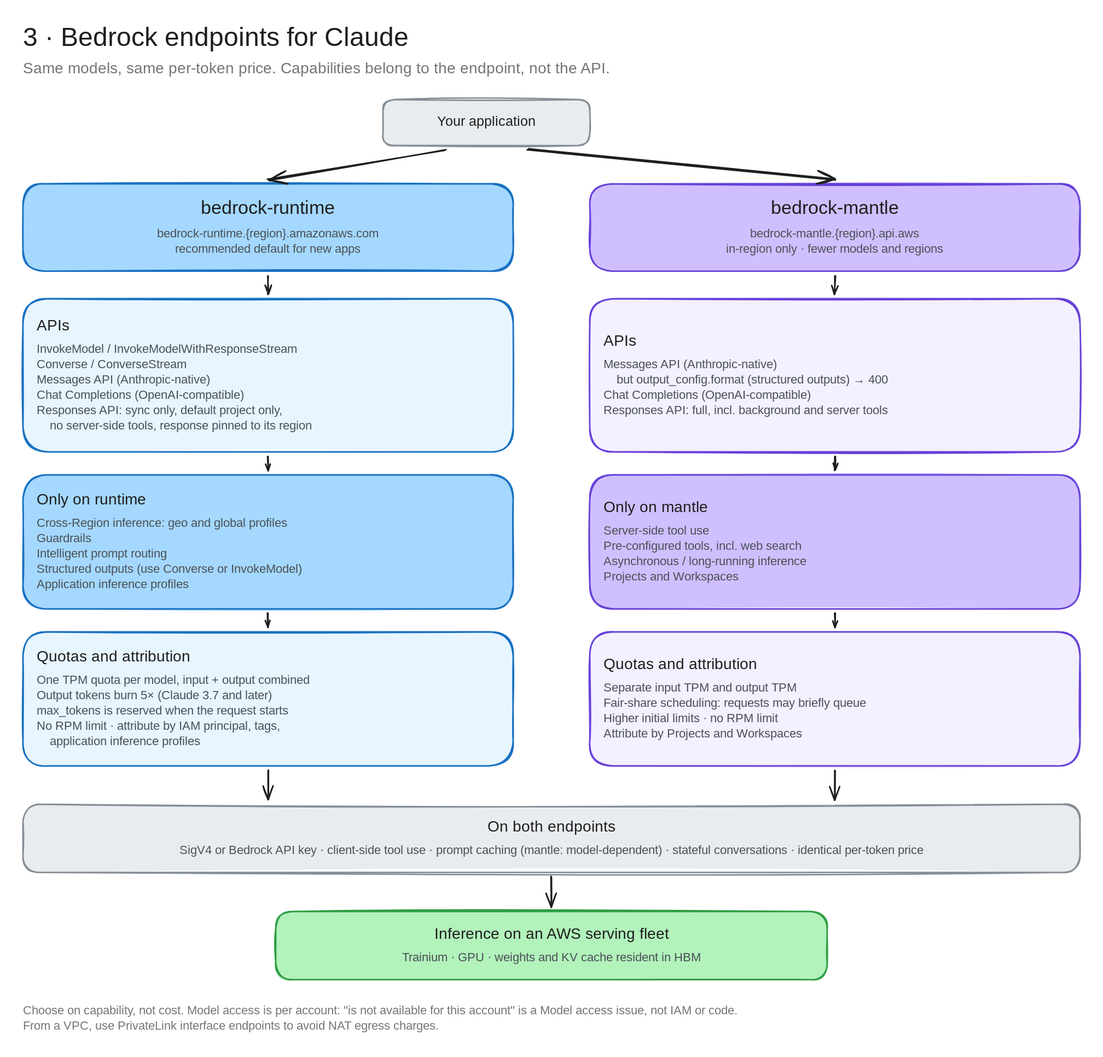
bsnehanshu/slides keeps this Excalidraw diagram as architecture-diagrams/claude-on-bedrock-excalidraw/diagrams/3-endpoints.excalidraw.svg. Above is the earlier version. Source tidied: one line per element, renumbered; positions are measured from the earlier drawing's top-left corner, leaving out a move shared by most shapes.
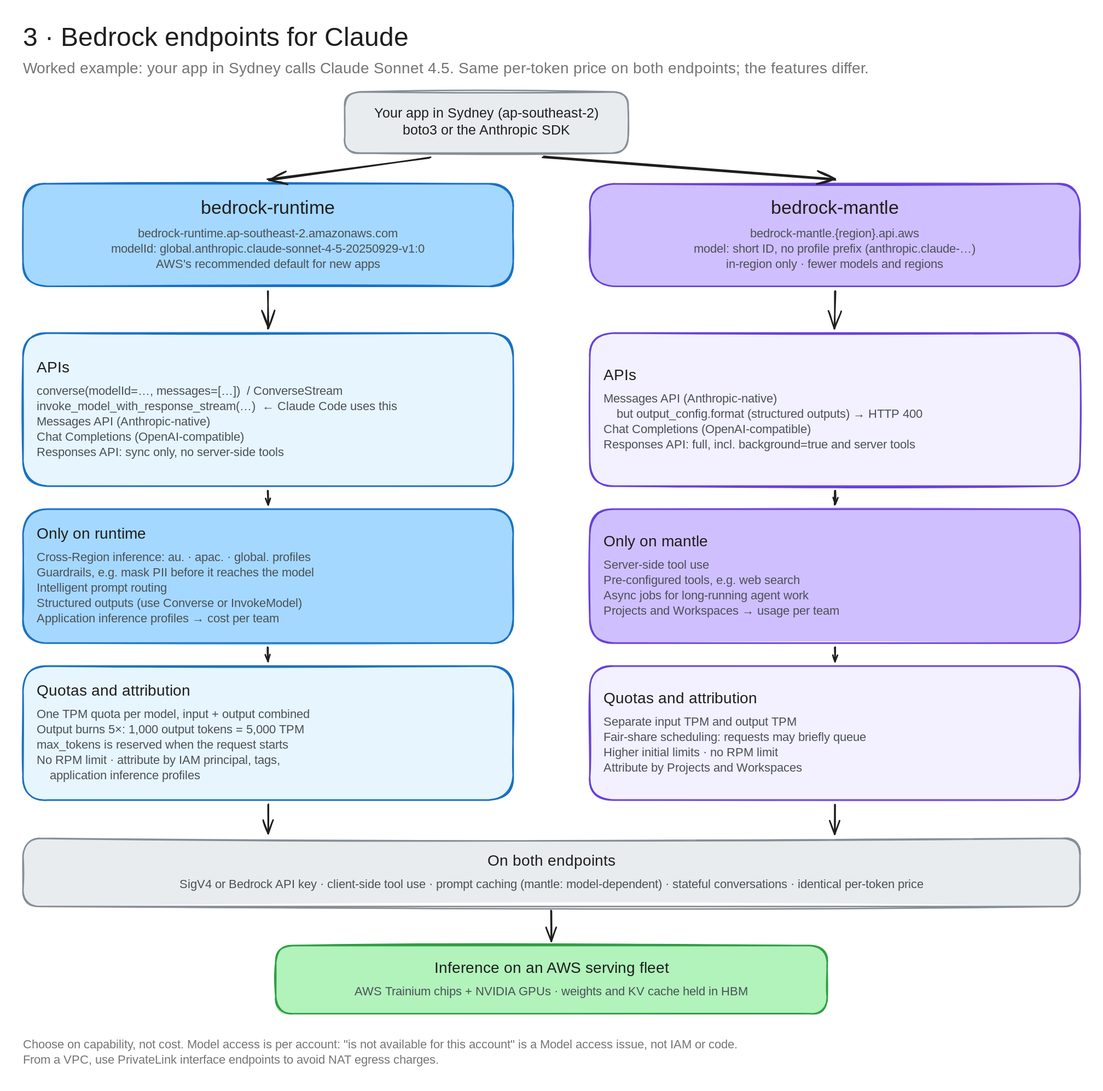
The same diagram one commit later.

Commit message:
Diagram-first Bedrock Whiteboard; concrete endpoints diagram

Diff of the diagram source:
```diff
@@ -1,37 +1,37 @@
-{"id": 0, "type": "text", "text": "3 · Bedrock endpoints for Claude", "strokeColor": "#1e1e1e", "strokeWidth": 2, "roughness": 1, "fontSize": 34, "fontFamily": 5, "x": 0, "y": 0, "width": 549, "height": 42}
+{"id": 0, "type": "text", "text": "3 · Bedrock endpoints for Claude", "strokeColor": "#1e1e1e", "strokeWidth": 2, "roughness": 1, "fontSize": 34, "fontFamily": 5, "x": 0, "y": -45, "width": 549, "height": 42}
-{"id": 1, "type": "text", "text": "Same models, same per-token price. Capabilities belong to the endpoint, not the API.", "strokeColor": "#757575", "strokeWidth": 2, "roughness": 1, "fontSize": 20, "fontFamily": 5, "x": 0, "y": 48, "width": 829, "height": 25}
+{"id": 1, "type": "text", "text": "Worked example: your app in Sydney calls Claude Sonnet 4.5. Same per-token price on both endpoints; the features differ.", "strokeColor": "#757575", "strokeWidth": 2, "roughness": 1, "fontSize": 20, "fontFamily": 5, "x": 0, "y": 3, "width": 1185, "height": 25}
-{"id": 2, "type": "rectangle", "strokeColor": "#868e96", "backgroundColor": "#e9ecef", "fillStyle": "solid", "strokeWidth": 2, "roughness": 1, "round": true, "x": 470, "y": 100, "width": 270, "height": 60}
+{"id": 2, "type": "rectangle", "strokeColor": "#868e96", "backgroundColor": "#e9ecef", "fillStyle": "solid", "strokeWidth": 2, "roughness": 1, "round": true, "x": 420, "y": 45, "width": 370, "height": 80}
-{"id": 3, "type": "text", "text": "Your application", "strokeColor": "#1e1e1e", "strokeWidth": 2, "roughness": 1, "fontSize": 18, "fontFamily": 5, "textAlign": "center", "verticalAlign": "middle", "inside": 2, "x": 536, "y": 119, "width": 139, "height": 22}
+{"id": 3, "type": "text", "text": "Your app in Sydney (ap-southeast-2)\nboto3 or the Anthropic SDK", "strokeColor": "#1e1e1e", "strokeWidth": 2, "roughness": 1, "fontSize": 18, "fontFamily": 5, "textAlign": "center", "verticalAlign": "middle", "inside": 2, "x": 442, "y": 62, "width": 325, "height": 45}
-{"id": 4, "type": "rectangle", "strokeColor": "#1971c2", "backgroundColor": "#a5d8ff", "fillStyle": "solid", "strokeWidth": 2, "roughness": 1, "round": true, "x": 0, "y": 210, "width": 640, "height": 114}
+{"id": 4, "type": "rectangle", "strokeColor": "#1971c2", "backgroundColor": "#a5d8ff", "fillStyle": "solid", "strokeWidth": 2, "roughness": 1, "round": true, "x": 0, "y": 165, "width": 640, "height": 134}
-{"id": 5, "type": "text", "text": "bedrock-runtime", "strokeColor": "#1e1e1e", "strokeWidth": 2, "roughness": 1, "fontSize": 24, "fontFamily": 5, "textAlign": "center", "x": 227, "y": 228, "width": 186, "height": 30}
+{"id": 5, "type": "text", "text": "bedrock-runtime", "strokeColor": "#1e1e1e", "strokeWidth": 2, "roughness": 1, "fontSize": 24, "fontFamily": 5, "textAlign": "center", "x": 227, "y": 183, "width": 186, "height": 30}
-{"id": 6, "type": "text", "text": "bedrock-runtime.{region}.amazonaws.com\nrecommended default for new apps", "strokeColor": "#495057", "strokeWidth": 2, "roughness": 1, "fontSize": 16, "fontFamily": 5, "textAlign": "center", "x": 163, "y": 266, "width": 314, "height": 40}
+{"id": 6, "type": "text", "text": "bedrock-runtime.ap-southeast-2.amazonaws.com\nmodelId: global.anthropic.claude-sonnet-4-5-20250929-v1:0\nAWS's recommended default for new apps", "strokeColor": "#495057", "strokeWidth": 2, "roughness": 1, "fontSize": 16, "fontFamily": 5, "textAlign": "center", "x": 87, "y": 221, "width": 466, "height": 60}
-{"id": 7, "type": "rectangle", "strokeColor": "#6741d9", "backgroundColor": "#d0bfff", "fillStyle": "solid", "strokeWidth": 2, "roughness": 1, "round": true, "x": 740, "y": 210, "width": 640, "height": 114}
+{"id": 7, "type": "rectangle", "strokeColor": "#6741d9", "backgroundColor": "#d0bfff", "fillStyle": "solid", "strokeWidth": 2, "roughness": 1, "round": true, "x": 740, "y": 165, "width": 640, "height": 134}
-{"id": 8, "type": "text", "text": "bedrock-mantle", "strokeColor": "#1e1e1e", "strokeWidth": 2, "roughness": 1, "fontSize": 24, "fontFamily": 5, "textAlign": "center", "x": 972, "y": 228, "width": 176, "height": 30}
+{"id": 8, "type": "text", "text": "bedrock-mantle", "strokeColor": "#1e1e1e", "strokeWidth": 2, "roughness": 1, "fontSize": 24, "fontFamily": 5, "textAlign": "center", "x": 972, "y": 183, "width": 176, "height": 30}
-{"id": 9, "type": "text", "text": "bedrock-mantle.{region}.api.aws\nin-region only · fewer models and regions", "strokeColor": "#495057", "strokeWidth": 2, "roughness": 1, "fontSize": 16, "fontFamily": 5, "textAlign": "center", "x": 903, "y": 266, "width": 314, "height": 40}
+{"id": 9, "type": "text", "text": "bedrock-mantle.{region}.api.aws\nmodel: short ID, no profile prefix (anthropic.claude-…)\nin-region only · fewer models and regions", "strokeColor": "#495057", "strokeWidth": 2, "roughness": 1, "fontSize": 16, "fontFamily": 5, "textAlign": "center", "x": 848, "y": 221, "width": 423, "height": 60}
-{"id": 10, "type": "arrow", "strokeColor": "#1e1e1e", "strokeWidth": 2, "roughness": 1, "endArrowhead": "arrow", "round": true, "from": 2, "to": 4, "x": 551, "y": 166, "width": 231, "height": 38, "points": [[0, 0], [-231, 38]]}
+{"id": 10, "type": "arrow", "strokeColor": "#1e1e1e", "strokeWidth": 2, "roughness": 1, "endArrowhead": "arrow", "round": true, "from": 2, "to": 4, "x": 531, "y": 131, "width": 211, "height": 28, "points": [[0, 0], [-211, 28]]}
-{"id": 11, "type": "arrow", "strokeColor": "#1e1e1e", "strokeWidth": 2, "roughness": 1, "endArrowhead": "arrow", "round": true, "from": 2, "to": 7, "x": 659, "y": 166, "width": 401, "height": 38, "points": [[0, 0], [401, 38]]}
+{"id": 11, "type": "arrow", "strokeColor": "#1e1e1e", "strokeWidth": 2, "roughness": 1, "endArrowhead": "arrow", "round": true, "from": 2, "to": 7, "x": 679, "y": 131, "width": 381, "height": 28, "points": [[0, 0], [381, 28]]}
 {"id": 12, "type": "rectangle", "strokeColor": "#1971c2", "backgroundColor": "#e7f5ff", "fillStyle": "solid", "strokeWidth": 2, "roughness": 1, "round": true, "x": 0, "y": 360, "width": 640, "height": 200}
-{"id": 13, "type": "text", "text": "APIs", "strokeColor": "#1e1e1e", "strokeWidth": 2, "roughness": 1, "fontSize": 20, "fontFamily": 5, "x": 18, "y": 384, "width": 52, "height": 25}
+{"id": 13, "type": "text", "text": "APIs", "strokeColor": "#1e1e1e", "strokeWidth": 2, "roughness": 1, "fontSize": 20, "fontFamily": 5, "x": 18, "y": 394, "width": 52, "height": 25}
-{"id": 14, "type": "text", "text": "InvokeModel / InvokeModelWithResponseStream\nConverse / ConverseStream\nMessages API (Anthropic-native)\nChat Completions (OpenAI-compatible)\nResponses API: sync only, default project only,\n    no server-side tools, response pinned to its region", "strokeColor": "#495057", "strokeWidth": 2, "roughness": 1, "fontSize": 16, "fontFamily": 5, "x": 18, "y": 416, "width": 421, "height": 120}
+{"id": 14, "type": "text", "text": "converse(modelId=…, messages=[…])  / ConverseStream\ninvoke_model_with_response_stream(…)  ← Claude Code uses this\nMessages API (Anthropic-native)\nChat Completions (OpenAI-compatible)\nResponses API: sync only, no server-side tools", "strokeColor": "#495057", "strokeWidth": 2, "roughness": 1, "fontSize": 16, "fontFamily": 5, "x": 18, "y": 426, "width": 520, "height": 100}
 {"id": 15, "type": "rectangle", "strokeColor": "#6741d9", "backgroundColor": "#f3f0ff", "fillStyle": "solid", "strokeWidth": 2, "roughness": 1, "round": true, "x": 740, "y": 360, "width": 640, "height": 200}
 {"id": 16, "type": "text", "text": "APIs", "strokeColor": "#1e1e1e", "strokeWidth": 2, "roughness": 1, "fontSize": 20, "fontFamily": 5, "x": 758, "y": 404, "width": 52, "height": 25}
-{"id": 17, "type": "text", "text": "Messages API (Anthropic-native)\n    but output_config.format (structured outputs) → 400\nChat Completions (OpenAI-compatible)\nResponses API: full, incl. background and server tools", "strokeColor": "#495057", "strokeWidth": 2, "roughness": 1, "fontSize": 16, "fontFamily": 5, "x": 758, "y": 436, "width": 460, "height": 80}
+{"id": 17, "type": "text", "text": "Messages API (Anthropic-native)\n    but output_config.format (structured outputs) → HTTP 400\nChat Completions (OpenAI-compatible)\nResponses API: full, incl. background=true and server tools", "strokeColor": "#495057", "strokeWidth": 2, "roughness": 1, "fontSize": 16, "fontFamily": 5, "x": 758, "y": 436, "width": 514, "height": 80}
 {"id": 18, "type": "rectangle", "strokeColor": "#1971c2", "backgroundColor": "#a5d8ff", "fillStyle": "solid", "strokeWidth": 2, "roughness": 1, "round": true, "x": 0, "y": 590, "width": 640, "height": 175}
 {"id": 19, "type": "text", "text": "Only on runtime", "strokeColor": "#1e1e1e", "strokeWidth": 2, "roughness": 1, "fontSize": 20, "fontFamily": 5, "x": 18, "y": 611, "width": 152, "height": 25}
-{"id": 20, "type": "text", "text": "Cross-Region inference: geo and global profiles\nGuardrails\nIntelligent prompt routing\nStructured outputs (use Converse or InvokeModel)\nApplication inference profiles", "strokeColor": "#495057", "strokeWidth": 2, "roughness": 1, "fontSize": 16, "fontFamily": 5, "x": 18, "y": 644, "width": 402, "height": 100}
+{"id": 20, "type": "text", "text": "Cross-Region inference: au. · apac. · global. profiles\nGuardrails, e.g. mask PII before it reaches the model\nIntelligent prompt routing\nStructured outputs (use Converse or InvokeModel)\nApplication inference profiles → cost per team", "strokeColor": "#495057", "strokeWidth": 2, "roughness": 1, "fontSize": 16, "fontFamily": 5, "x": 18, "y": 644, "width": 418, "height": 100}
 {"id": 21, "type": "rectangle", "strokeColor": "#6741d9", "backgroundColor": "#d0bfff", "fillStyle": "solid", "strokeWidth": 2, "roughness": 1, "round": true, "x": 740, "y": 590, "width": 640, "height": 175}
 {"id": 22, "type": "text", "text": "Only on mantle", "strokeColor": "#1e1e1e", "strokeWidth": 2, "roughness": 1, "fontSize": 20, "fontFamily": 5, "x": 758, "y": 621, "width": 144, "height": 25}
-{"id": 23, "type": "text", "text": "Server-side tool use\nPre-configured tools, incl. web search\nAsynchronous / long-running inference\nProjects and Workspaces", "strokeColor": "#495057", "strokeWidth": 2, "roughness": 1, "fontSize": 16, "fontFamily": 5, "x": 758, "y": 654, "width": 295, "height": 80}
+{"id": 23, "type": "text", "text": "Server-side tool use\nPre-configured tools, e.g. web search\nAsync jobs for long-running agent work\nProjects and Workspaces → usage per team", "strokeColor": "#495057", "strokeWidth": 2, "roughness": 1, "fontSize": 16, "fontFamily": 5, "x": 758, "y": 654, "width": 344, "height": 80}
 {"id": 24, "type": "rectangle", "strokeColor": "#1971c2", "backgroundColor": "#e7f5ff", "fillStyle": "solid", "strokeWidth": 2, "roughness": 1, "round": true, "x": 0, "y": 795, "width": 640, "height": 175}
 {"id": 25, "type": "text", "text": "Quotas and attribution", "strokeColor": "#1e1e1e", "strokeWidth": 2, "roughness": 1, "fontSize": 20, "fontFamily": 5, "x": 18, "y": 816, "width": 232, "height": 25}
-{"id": 26, "type": "text", "text": "One TPM quota per model, input + output combined\nOutput tokens burn 5× (Claude 3.7 and later)\nmax_tokens is reserved when the request starts\nNo RPM limit · attribute by IAM principal, tags,\n    application inference profiles", "strokeColor": "#495057", "strokeWidth": 2, "roughness": 1, "fontSize": 16, "fontFamily": 5, "x": 18, "y": 849, "width": 404, "height": 100}
+{"id": 26, "type": "text", "text": "One TPM quota per model, input + output combined\nOutput burns 5×: 1,000 output tokens = 5,000 TPM\nmax_tokens is reserved when the request starts\nNo RPM limit · attribute by IAM principal, tags,\n    application inference profiles", "strokeColor": "#495057", "strokeWidth": 2, "roughness": 1, "fontSize": 16, "fontFamily": 5, "x": 18, "y": 849, "width": 415, "height": 100}
 {"id": 27, "type": "rectangle", "strokeColor": "#6741d9", "backgroundColor": "#f3f0ff", "fillStyle": "solid", "strokeWidth": 2, "roughness": 1, "round": true, "x": 740, "y": 795, "width": 640, "height": 175}
 {"id": 28, "type": "text", "text": "Quotas and attribution", "strokeColor": "#1e1e1e", "strokeWidth": 2, "roughness": 1, "fontSize": 20, "fontFamily": 5, "x": 758, "y": 826, "width": 232, "height": 25}
 {"id": 29, "type": "text", "text": "Separate input TPM and output TPM\nFair-share scheduling: requests may briefly queue\nHigher initial limits · no RPM limit\nAttribute by Projects and Workspaces", "strokeColor": "#495057", "strokeWidth": 2, "roughness": 1, "fontSize": 16, "fontFamily": 5, "x": 758, "y": 859, "width": 381, "height": 80}
-{"id": 30, "type": "arrow", "strokeColor": "#1e1e1e", "strokeWidth": 2, "roughness": 1, "endArrowhead": "arrow", "round": true, "from": 4, "to": 12, "x": 320, "y": 330, "width": 0, "height": 24, "points": [[0, 0], [0, 24]]}
+{"id": 30, "type": "arrow", "strokeColor": "#1e1e1e", "strokeWidth": 2, "roughness": 1, "endArrowhead": "arrow", "round": true, "from": 4, "to": 12, "x": 320, "y": 305, "width": 0, "height": 49, "points": [[0, 0], [0, 49]]}
 {"id": 31, "type": "arrow", "strokeColor": "#1e1e1e", "strokeWidth": 2, "roughness": 1, "endArrowhead": "arrow", "round": true, "from": 12, "to": 18, "x": 320, "y": 566, "width": 0, "height": 18, "points": [[0, 0], [0, 18]]}
 {"id": 32, "type": "arrow", "strokeColor": "#1e1e1e", "strokeWidth": 2, "roughness": 1, "endArrowhead": "arrow", "round": true, "from": 18, "to": 24, "x": 320, "y": 771, "width": 0, "height": 18, "points": [[0, 0], [0, 18]]}
-{"id": 33, "type": "arrow", "strokeColor": "#1e1e1e", "strokeWidth": 2, "roughness": 1, "endArrowhead": "arrow", "round": true, "from": 7, "to": 15, "x": 1060, "y": 330, "width": 0, "height": 24, "points": [[0, 0], [0, 24]]}
+{"id": 33, "type": "arrow", "strokeColor": "#1e1e1e", "strokeWidth": 2, "roughness": 1, "endArrowhead": "arrow", "round": true, "from": 7, "to": 15, "x": 1060, "y": 305, "width": 0, "height": 49, "points": [[0, 0], [0, 49]]}
 {"id": 34, "type": "arrow", "strokeColor": "#1e1e1e", "strokeWidth": 2, "roughness": 1, "endArrowhead": "arrow", "round": true, "from": 15, "to": 21, "x": 1060, "y": 566, "width": 0, "height": 18, "points": [[0, 0], [0, 18]]}
 {"id": 35, "type": "arrow", "strokeColor": "#1e1e1e", "strokeWidth": 2, "roughness": 1, "endArrowhead": "arrow", "round": true, "from": 21, "to": 27, "x": 1060, "y": 771, "width": 0, "height": 18, "points": [[0, 0], [0, 18]]}
 {"id": 36, "type": "rectangle", "strokeColor": "#868e96", "backgroundColor": "#e9ecef", "fillStyle": "solid", "strokeWidth": 2, "roughness": 1, "round": true, "x": 0, "y": 1020, "width": 1380, "height": 89}
@@ -41,6 +41,6 @@
 {"id": 40, "type": "arrow", "strokeColor": "#1e1e1e", "strokeWidth": 2, "roughness": 1, "endArrowhead": "arrow", "round": true, "from": 27, "to": 36, "x": 1060, "y": 976, "width": 0, "height": 38, "points": [[0, 0], [0, 38]]}
 {"id": 41, "type": "rectangle", "strokeColor": "#2f9e44", "backgroundColor": "#b2f2bb", "fillStyle": "solid", "strokeWidth": 2, "roughness": 1, "round": true, "x": 330, "y": 1160, "width": 720, "height": 89}
 {"id": 42, "type": "text", "text": "Inference on an AWS serving fleet", "strokeColor": "#1e1e1e", "strokeWidth": 2, "roughness": 1, "fontSize": 20, "fontFamily": 5, "textAlign": "center", "x": 522, "y": 1178, "width": 335, "height": 25}
-{"id": 43, "type": "text", "text": "Trainium · GPU · weights and KV cache resident in HBM", "strokeColor": "#495057", "strokeWidth": 2, "roughness": 1, "fontSize": 16, "fontFamily": 5, "textAlign": "center", "x": 476, "y": 1211, "width": 429, "height": 20}
+{"id": 43, "type": "text", "text": "AWS Trainium chips + NVIDIA GPUs · weights and KV cache held in HBM", "strokeColor": "#495057", "strokeWidth": 2, "roughness": 1, "fontSize": 16, "fontFamily": 5, "textAlign": "center", "x": 409, "y": 1211, "width": 562, "height": 20}
 {"id": 44, "type": "arrow", "strokeColor": "#1e1e1e", "strokeWidth": 2, "roughness": 1, "endArrowhead": "arrow", "round": true, "from": 36, "to": 41, "x": 690, "y": 1115, "width": 0, "height": 39, "points": [[0, 0], [0, 39]]}
 {"id": 45, "type": "text", "text": "Choose on capability, not cost. Model access is per account: \"is not available for this account\" is a Model access issue, not IAM or code.\nFrom a VPC, use PrivateLink interface endpoints to avoid NAT egress charges.", "strokeColor": "#757575", "strokeWidth": 2, "roughness": 1, "fontSize": 16, "fontFamily": 5, "x": 0, "y": 1280, "width": 1075, "height": 40}
```
